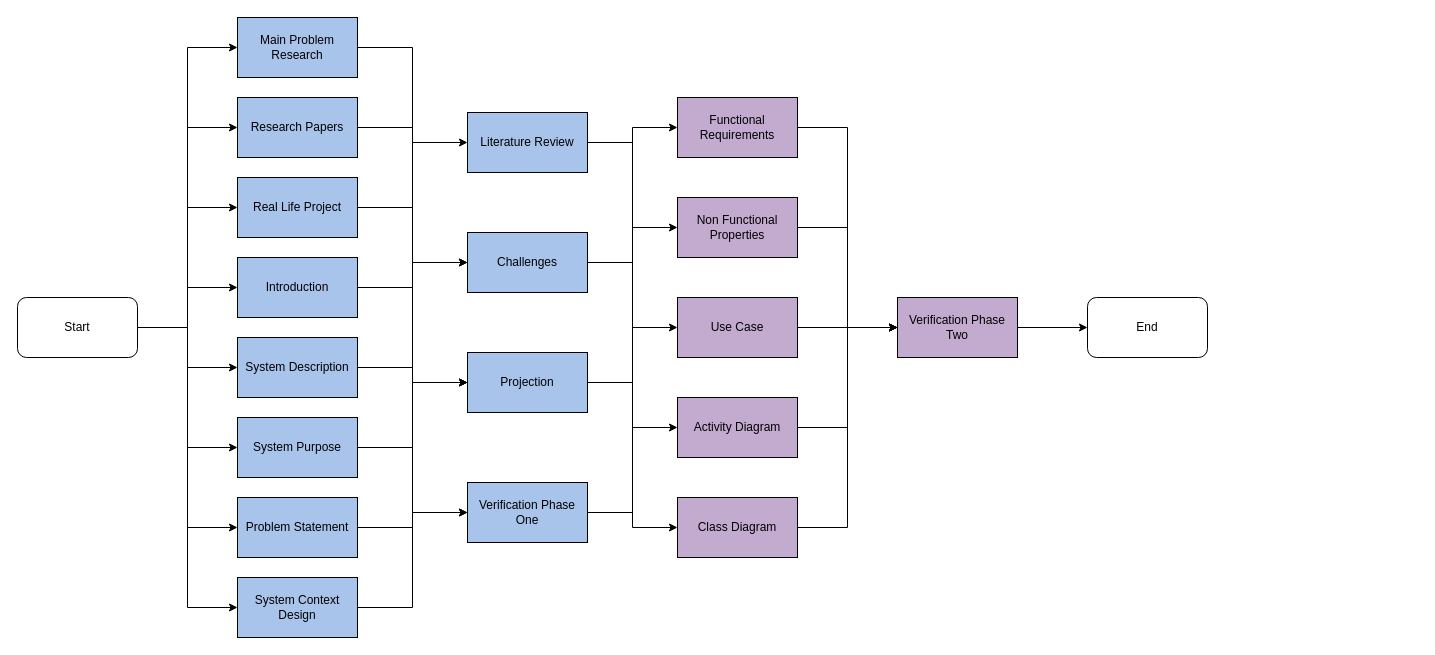
The draw.io diagram Models/drawing/NetworkDiagram.drawio in MrMoon/Vision, before the edit. Source tidied: cells renumbered, new cells numbered last; positions are measured from the earlier drawing's top-left corner, leaving out a move shared by most shapes. Both pictures are drawn from the tidied source at 100%, with x=0, y=0 at pixel (17, 17).
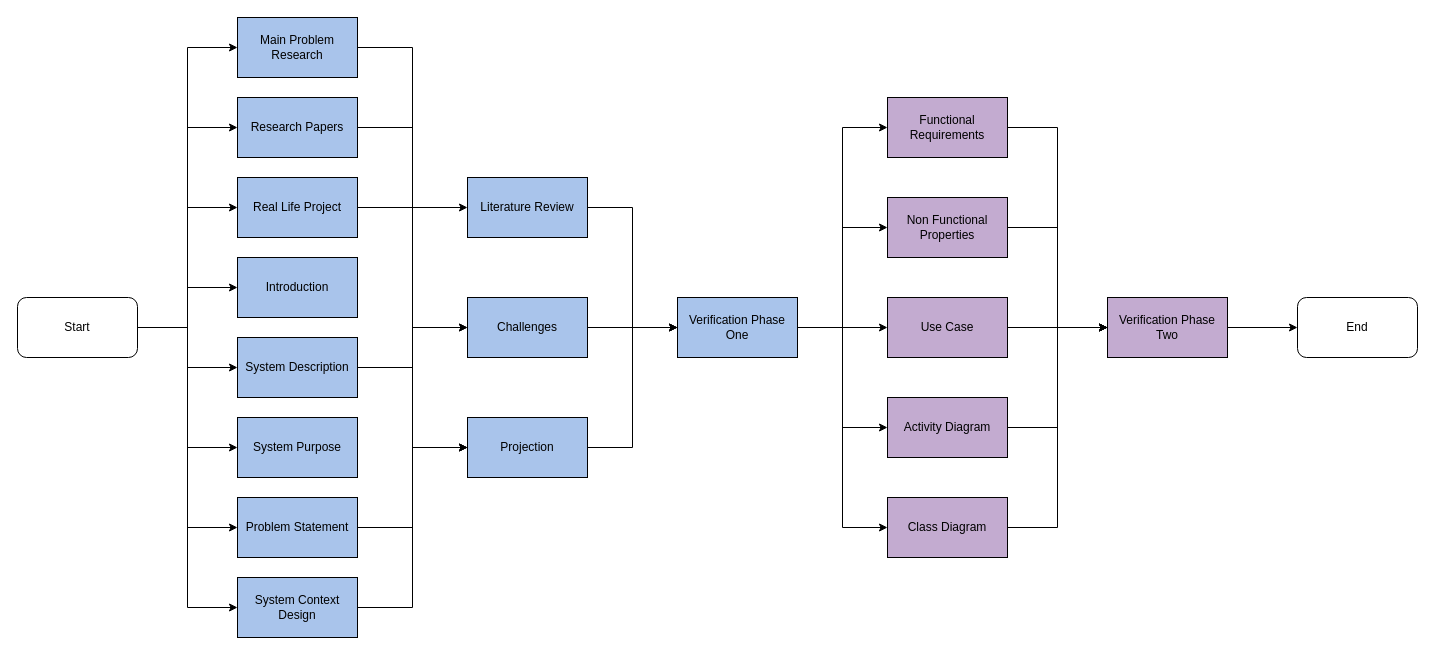
The same page after the edit.

Commit message:
fixed verification phase one

The change refers to these unchanged cells:
```xml
<mxCell id="18" value="Introduction" style="rounded=0;whiteSpace=wrap;html=1;fillColor=#A9C4EB;" parent="1" vertex="1">
  <mxGeometry x="220" y="240" width="120" height="60" as="geometry" />
</mxCell>
<mxCell id="22" value="System Purpose" style="rounded=0;whiteSpace=wrap;html=1;fillColor=#A9C4EB;" parent="1" vertex="1">
  <mxGeometry x="220" y="400" width="120" height="60" as="geometry" />
</mxCell>
```

Diff of the diagram source:
```diff
@@
-    <mxCell id="17" style="edgeStyle=orthogonalEdgeStyle;rounded=0;jettySize=auto;html=1;exitX=1;exitY=0.5;exitDx=0;exitDy=0;entryX=0;entryY=0.5;entryDx=0;entryDy=0;" parent="1" edge="1" source="18" target="35">
-      <mxGeometry relative="1" as="geometry" />
-    </mxCell>
@@
-    <mxCell id="21" style="edgeStyle=orthogonalEdgeStyle;rounded=0;jettySize=auto;html=1;exitX=1;exitY=0.5;exitDx=0;exitDy=0;entryX=0;entryY=0.5;entryDx=0;entryDy=0;" parent="1" edge="1" source="22" target="35">
-      <mxGeometry relative="1" as="geometry" />
-    </mxCell>
@@
-    <mxCell id="27" style="edgeStyle=orthogonalEdgeStyle;rounded=0;jettySize=auto;html=1;exitX=1;exitY=0.5;exitDx=0;exitDy=0;entryX=0;entryY=0.5;entryDx=0;entryDy=0;" parent="1" edge="1" source="28" target="41">
-      <mxGeometry relative="1" as="geometry" />
-    </mxCell>
+    <mxCell id="49" style="edgeStyle=orthogonalEdgeStyle;rounded=0;jettySize=auto;html=1;exitX=1;exitY=0.5;exitDx=0;exitDy=0;entryX=0;entryY=0.5;entryDx=0;entryDy=0;" parent="1" edge="1" source="28" target="35">
+      <mxGeometry relative="1" as="geometry" />
+    </mxCell>
     <mxCell id="28" value="Literature Review" style="rounded=0;whiteSpace=wrap;html=1;fillColor=#A9C4EB;" parent="1" vertex="1">
-      <mxGeometry x="450" y="95" width="120" height="60" as="geometry" />
+      <mxGeometry x="450" y="160" width="120" height="60" as="geometry" />
     </mxCell>
-    <mxCell id="29" style="edgeStyle=orthogonalEdgeStyle;rounded=0;jettySize=auto;html=1;exitX=1;exitY=0.5;exitDx=0;exitDy=0;entryX=0;entryY=0.5;entryDx=0;entryDy=0;" parent="1" edge="1" source="30" target="37">
-      <mxGeometry relative="1" as="geometry" />
-    </mxCell>
+    <mxCell id="50" style="edgeStyle=orthogonalEdgeStyle;rounded=0;jettySize=auto;html=1;exitX=1;exitY=0.5;exitDx=0;exitDy=0;entryX=0;entryY=0.5;entryDx=0;entryDy=0;" parent="1" edge="1" source="30" target="35">
+      <mxGeometry relative="1" as="geometry" />
+    </mxCell>
     <mxCell id="30" value="Challenges" style="rounded=0;whiteSpace=wrap;html=1;fillColor=#A9C4EB;" parent="1" vertex="1">
-      <mxGeometry x="450" y="215" width="120" height="60" as="geometry" />
+      <mxGeometry x="450" y="280" width="120" height="60" as="geometry" />
     </mxCell>
-    <mxCell id="31" style="edgeStyle=orthogonalEdgeStyle;rounded=0;jettySize=auto;html=1;exitX=1;exitY=0.5;exitDx=0;exitDy=0;entryX=0;entryY=0.5;entryDx=0;entryDy=0;" parent="1" edge="1" source="33" target="43">
-      <mxGeometry relative="1" as="geometry" />
-    </mxCell>
-    <mxCell id="32" style="edgeStyle=orthogonalEdgeStyle;rounded=0;jettySize=auto;html=1;exitX=1;exitY=0.5;exitDx=0;exitDy=0;entryX=0;entryY=0.5;entryDx=0;entryDy=0;" parent="1" edge="1" source="33" target="47">
-      <mxGeometry relative="1" as="geometry" />
-    </mxCell>
+    <mxCell id="51" style="edgeStyle=orthogonalEdgeStyle;rounded=0;jettySize=auto;html=1;exitX=1;exitY=0.5;exitDx=0;exitDy=0;entryX=0;entryY=0.5;entryDx=0;entryDy=0;" parent="1" edge="1" source="33" target="35">
+      <mxGeometry relative="1" as="geometry" />
+    </mxCell>
     <mxCell id="33" value="Projection" style="rounded=0;whiteSpace=wrap;html=1;fillColor=#A9C4EB;" parent="1" vertex="1">
-      <mxGeometry x="450" y="335" width="120" height="60" as="geometry" />
+      <mxGeometry x="450" y="400" width="120" height="60" as="geometry" />
     </mxCell>
-    <mxCell id="34" style="edgeStyle=orthogonalEdgeStyle;rounded=0;jettySize=auto;html=1;exitX=1;exitY=0.5;exitDx=0;exitDy=0;entryX=0;entryY=0.5;entryDx=0;entryDy=0;" parent="1" edge="1" source="35" target="45">
-      <mxGeometry relative="1" as="geometry" />
-    </mxCell>
-    <mxCell id="35" value="Verification Phase One" style="rounded=0;whiteSpace=wrap;html=1;fillColor=#A9C4EB;" parent="1" vertex="1">
-      <mxGeometry x="450" y="465" width="120" height="60" as="geometry" />
-    </mxCell>
@@
     <mxCell id="37" value="Functional Requirements" style="rounded=0;whiteSpace=wrap;html=1;fillColor=#C3ABD0;" parent="1" vertex="1">
-      <mxGeometry x="660" y="80" width="120" height="60" as="geometry" />
+      <mxGeometry x="870" y="80" width="120" height="60" as="geometry" />
     </mxCell>
@@
     <mxCell id="39" value="Verification Phase Two" style="rounded=0;whiteSpace=wrap;html=1;fillColor=#C3ABD0;" parent="1" vertex="1">
-      <mxGeometry x="880" y="280" width="120" height="60" as="geometry" />
+      <mxGeometry x="1090" y="280" width="120" height="60" as="geometry" />
     </mxCell>
@@
     <mxCell id="41" value="Use Case" style="rounded=0;whiteSpace=wrap;html=1;fillColor=#C3ABD0;" parent="1" vertex="1">
-      <mxGeometry x="660" y="280" width="120" height="60" as="geometry" />
+      <mxGeometry x="870" y="280" width="120" height="60" as="geometry" />
     </mxCell>
@@
     <mxCell id="43" value="Non Functional Properties" style="rounded=0;whiteSpace=wrap;html=1;fillColor=#C3ABD0;" parent="1" vertex="1">
-      <mxGeometry x="660" y="180" width="120" height="60" as="geometry" />
+      <mxGeometry x="870" y="180" width="120" height="60" as="geometry" />
     </mxCell>
@@
     <mxCell id="45" value="Activity Diagram" style="rounded=0;whiteSpace=wrap;html=1;fillColor=#C3ABD0;" parent="1" vertex="1">
-      <mxGeometry x="660" y="380" width="120" height="60" as="geometry" />
+      <mxGeometry x="870" y="380" width="120" height="60" as="geometry" />
     </mxCell>
@@
     <mxCell id="47" value="Class Diagram" style="rounded=0;whiteSpace=wrap;html=1;fillColor=#C3ABD0;" parent="1" vertex="1">
-      <mxGeometry x="660" y="480" width="120" height="60" as="geometry" />
+      <mxGeometry x="870" y="480" width="120" height="60" as="geometry" />
     </mxCell>
     <mxCell id="48" value="End" style="rounded=1;whiteSpace=wrap;html=1;fillColor=#FFFFFF;" parent="1" vertex="1">
-      <mxGeometry x="1070" y="280" width="120" height="60" as="geometry" />
+      <mxGeometry x="1280" y="280" width="120" height="60" as="geometry" />
     </mxCell>
+    <mxCell id="52" style="edgeStyle=orthogonalEdgeStyle;rounded=0;jettySize=auto;html=1;exitX=1;exitY=0.5;exitDx=0;exitDy=0;entryX=0;entryY=0.5;entryDx=0;entryDy=0;" parent="1" edge="1" source="35" target="37">
+      <mxGeometry relative="1" as="geometry" />
+    </mxCell>
+    <mxCell id="53" style="edgeStyle=orthogonalEdgeStyle;rounded=0;jettySize=auto;html=1;exitX=1;exitY=0.5;exitDx=0;exitDy=0;entryX=0;entryY=0.5;entryDx=0;entryDy=0;" parent="1" edge="1" source="35" target="43">
+      <mxGeometry relative="1" as="geometry" />
+    </mxCell>
+    <mxCell id="54" style="edgeStyle=orthogonalEdgeStyle;rounded=0;jettySize=auto;html=1;exitX=1;exitY=0.5;exitDx=0;exitDy=0;entryX=0;entryY=0.5;entryDx=0;entryDy=0;" parent="1" edge="1" source="35" target="41">
+      <mxGeometry relative="1" as="geometry" />
+    </mxCell>
+    <mxCell id="34" style="edgeStyle=orthogonalEdgeStyle;rounded=0;jettySize=auto;html=1;exitX=1;exitY=0.5;exitDx=0;exitDy=0;entryX=0;entryY=0.5;entryDx=0;entryDy=0;" parent="1" edge="1" source="35" target="45">
+      <mxGeometry relative="1" as="geometry" />
+    </mxCell>
+    <mxCell id="55" style="edgeStyle=orthogonalEdgeStyle;rounded=0;jettySize=auto;html=1;exitX=1;exitY=0.5;exitDx=0;exitDy=0;entryX=0;entryY=0.5;entryDx=0;entryDy=0;" parent="1" edge="1" source="35" target="47">
+      <mxGeometry relative="1" as="geometry" />
+    </mxCell>
+    <mxCell id="35" value="Verification Phase One" style="rounded=0;whiteSpace=wrap;html=1;fillColor=#A9C4EB;" parent="1" vertex="1">
+      <mxGeometry x="660" y="280" width="120" height="60" as="geometry" />
+    </mxCell>
```
